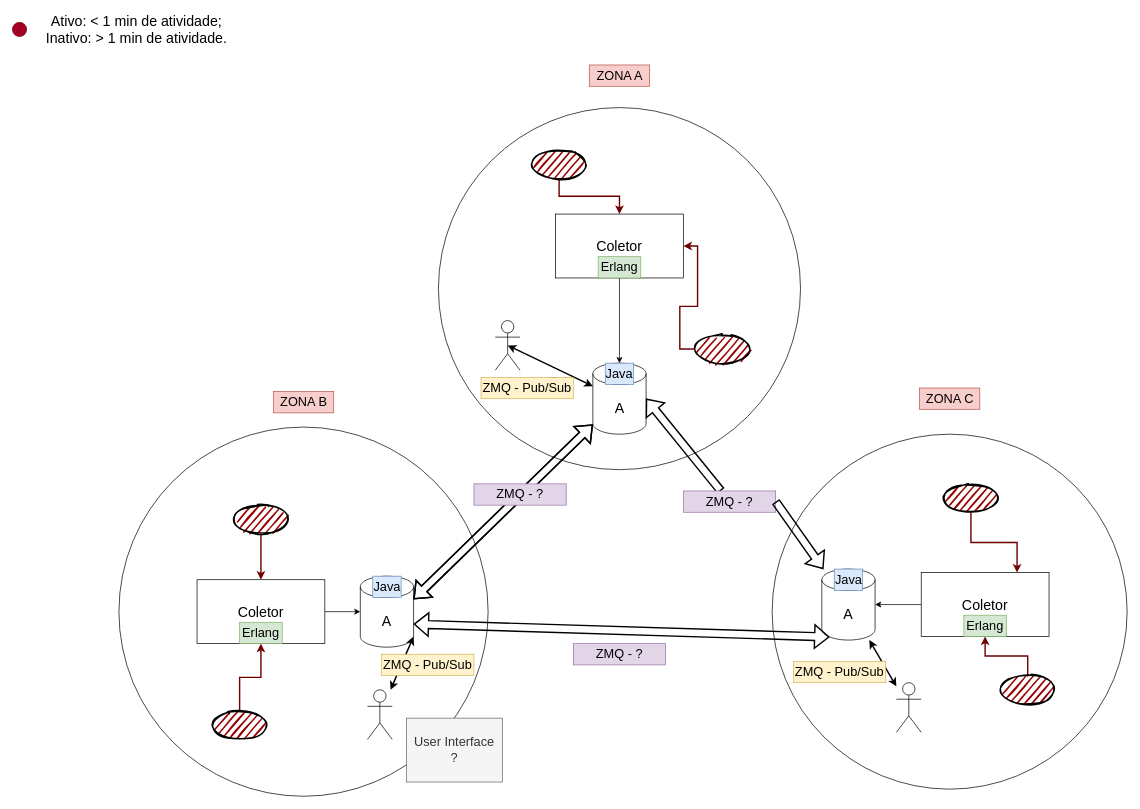
Earlier version of the draw.io diagram SDGE_PSD/Diagrama.drawio (Ivo-Down/MEI_SD). Source tidied: cells renumbered, new cells numbered last; positions are measured from the earlier drawing's top-left corner, leaving out a move shared by most shapes. Both pictures are drawn from the tidied source at 71%, with x=0, y=0 at pixel (12, 18).
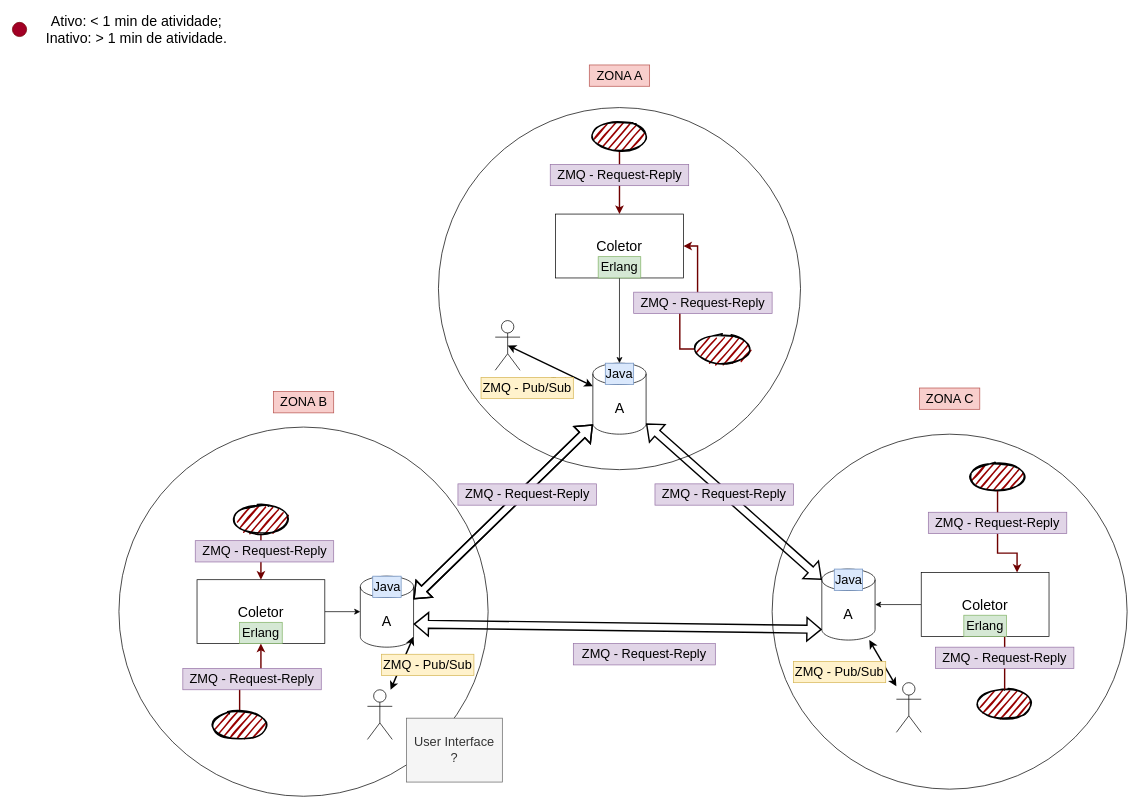
After the change.

Commit message:
Update Diagram ZMQ

The change refers to these unchanged cells:
```xml
<mxCell id="7" value="&lt;font style=&quot;font-size: 20px&quot;&gt;A&lt;/font&gt;" style="shape=cylinder3;whiteSpace=wrap;html=1;boundedLbl=1;backgroundOutline=1;size=15;" parent="1" vertex="1">
  <mxGeometry x="490" y="785" width="75" height="100" as="geometry" />
</mxCell>
<mxCell id="8" value="&lt;font style=&quot;font-size: 20px&quot;&gt;A&lt;/font&gt;" style="shape=cylinder3;whiteSpace=wrap;html=1;boundedLbl=1;backgroundOutline=1;size=15;" parent="1" vertex="1">
  <mxGeometry x="1140" y="775" width="75" height="100" as="geometry" />
</mxCell>
<mxCell id="9" value="&lt;font style=&quot;font-size: 20px&quot;&gt;A&lt;/font&gt;" style="shape=cylinder3;whiteSpace=wrap;html=1;boundedLbl=1;backgroundOutline=1;size=15;" parent="1" vertex="1">
  <mxGeometry x="817.5" y="485" width="75" height="100" as="geometry" />
</mxCell>
<mxCell id="11" value="&lt;font style=&quot;font-size: 20px&quot;&gt;Coletor&lt;/font&gt;" style="rounded=0;whiteSpace=wrap;html=1;" parent="1" vertex="1">
  <mxGeometry x="1280" y="780" width="180" height="90" as="geometry" />
</mxCell>
```

The edit, as a diff of the source:
```diff
@@
     <mxCell id="21" style="ellipse;whiteSpace=wrap;html=1;strokeWidth=2;fillWeight=2;hachureGap=8;fillColor=#990000;fillStyle=dots;sketch=1;fontSize=20;" parent="1" vertex="1">
-      <mxGeometry x="730" y="185" width="80" height="40" as="geometry" />
+      <mxGeometry x="815" y="145" width="80" height="40" as="geometry" />
     </mxCell>
-    <mxCell id="22" style="edgeStyle=orthogonalEdgeStyle;rounded=0;jettySize=auto;html=1;fontSize=20;fillColor=#a20025;strokeColor=#6F0000;strokeWidth=2;" parent="1" edge="1" source="23" target="11">
+    <mxCell id="22" style="edgeStyle=orthogonalEdgeStyle;rounded=0;jettySize=auto;html=1;fontSize=20;fillColor=#a20025;strokeColor=#6F0000;strokeWidth=2;startArrow=none;" parent="1" edge="1" source="61" target="11">
       <mxGeometry relative="1" as="geometry" />
     </mxCell>
     <mxCell id="23" style="ellipse;whiteSpace=wrap;html=1;strokeWidth=2;fillWeight=2;hachureGap=8;fillColor=#990000;fillStyle=dots;sketch=1;fontSize=20;" parent="1" vertex="1">
-      <mxGeometry x="1390" y="925" width="80" height="40" as="geometry" />
+      <mxGeometry x="1357.5" y="945" width="80" height="40" as="geometry" />
     </mxCell>
-    <mxCell id="24" style="edgeStyle=orthogonalEdgeStyle;rounded=0;jettySize=auto;html=1;entryX=0.75;entryY=0;entryDx=0;entryDy=0;fontSize=20;fillColor=#a20025;strokeColor=#6F0000;strokeWidth=2;" parent="1" edge="1" source="25" target="11">
+    <mxCell id="24" style="edgeStyle=orthogonalEdgeStyle;rounded=0;jettySize=auto;html=1;entryX=0.75;entryY=0;entryDx=0;entryDy=0;fontSize=20;fillColor=#a20025;strokeColor=#6F0000;strokeWidth=2;startArrow=none;" parent="1" edge="1" source="59" target="11">
       <mxGeometry relative="1" as="geometry" />
     </mxCell>
     <mxCell id="25" style="ellipse;whiteSpace=wrap;html=1;strokeWidth=2;fillWeight=2;hachureGap=8;fillColor=#990000;fillStyle=dots;sketch=1;fontSize=20;" parent="1" vertex="1">
-      <mxGeometry x="1310" y="655" width="80" height="40" as="geometry" />
+      <mxGeometry x="1347.5" y="625" width="80" height="40" as="geometry" />
     </mxCell>
@@
-    <mxCell id="34" style="shape=flexArrow;endArrow=classic;startArrow=none;html=1;rounded=0;fontSize=20;strokeWidth=2;entryX=1;entryY=0.5;entryDx=0;entryDy=0;entryPerimeter=0;" parent="1" edge="1" source="50" target="9">
-      <mxGeometry relative="1" as="geometry" />
-    </mxCell>
-    <mxCell id="35" style="shape=flexArrow;endArrow=classic;startArrow=classic;html=1;rounded=0;fontSize=20;strokeWidth=2;exitX=1;exitY=0;exitDx=0;exitDy=67.5;exitPerimeter=0;entryX=0.145;entryY=1;entryDx=0;entryDy=-4.35;entryPerimeter=0;" parent="1" edge="1" source="7" target="8">
+    <mxCell id="35" style="shape=flexArrow;endArrow=classic;startArrow=classic;html=1;rounded=0;fontSize=20;strokeWidth=2;exitX=1;exitY=0;exitDx=0;exitDy=67.5;exitPerimeter=0;entryX=0;entryY=1;entryDx=0;entryDy=-15;entryPerimeter=0;" parent="1" edge="1" source="7" target="8">
       <mxGeometry relative="1" as="geometry" />
     </mxCell>
@@
-    <mxCell id="48" value="ZMQ - ?" style="text;html=1;strokeColor=#9673a6;fillColor=#e1d5e7;align=center;verticalAlign=middle;whiteSpace=wrap;rounded=0;fontSize=18;" parent="1" vertex="1">
-      <mxGeometry x="790" y="880" width="130" height="30" as="geometry" />
+    <mxCell id="48" value="ZMQ - Request-Reply" style="text;html=1;strokeColor=#9673a6;fillColor=#e1d5e7;align=center;verticalAlign=middle;whiteSpace=wrap;rounded=0;fontSize=18;" parent="1" vertex="1">
+      <mxGeometry x="790" y="880" width="200" height="30" as="geometry" />
     </mxCell>
-    <mxCell id="49" value="ZMQ - ?" style="text;html=1;strokeColor=#9673a6;fillColor=#e1d5e7;align=center;verticalAlign=middle;whiteSpace=wrap;rounded=0;fontSize=18;" parent="1" vertex="1">
-      <mxGeometry x="650" y="655" width="130" height="30" as="geometry" />
+    <mxCell id="49" value="ZMQ - Request-Reply" style="text;html=1;strokeColor=#9673a6;fillColor=#e1d5e7;align=center;verticalAlign=middle;whiteSpace=wrap;rounded=0;fontSize=18;" parent="1" vertex="1">
+      <mxGeometry x="627.5" y="655" width="195" height="30" as="geometry" />
     </mxCell>
-    <mxCell id="50" value="ZMQ - ?" style="text;html=1;strokeColor=#9673a6;fillColor=#e1d5e7;align=center;verticalAlign=middle;whiteSpace=wrap;rounded=0;fontSize=18;" parent="1" vertex="1">
-      <mxGeometry x="945" y="665" width="130" height="30" as="geometry" />
-    </mxCell>
-    <mxCell id="51" style="shape=flexArrow;endArrow=none;startArrow=classic;html=1;rounded=0;fontSize=20;strokeWidth=2;entryX=1;entryY=0.5;entryDx=0;entryDy=0;entryPerimeter=0;" parent="1" edge="1" source="8" target="50">
-      <mxGeometry relative="1" as="geometry" />
-    </mxCell>
@@
+    <mxCell id="56" style="shape=flexArrow;endArrow=classic;startArrow=classic;html=1;rounded=0;entryX=1;entryY=1;entryDx=0;entryDy=-15;entryPerimeter=0;exitX=0;exitY=0;exitDx=0;exitDy=15;exitPerimeter=0;strokeWidth=2;" parent="1" edge="1" source="8" target="9">
+      <mxGeometry relative="1" as="geometry" />
+    </mxCell>
+    <mxCell id="50" value="ZMQ - Request-Reply" style="text;html=1;strokeColor=#9673a6;fillColor=#e1d5e7;align=center;verticalAlign=middle;whiteSpace=wrap;rounded=0;fontSize=18;" parent="1" vertex="1">
+      <mxGeometry x="905" y="655" width="195" height="30" as="geometry" />
+    </mxCell>
+    <mxCell id="57" value="ZMQ - Request-Reply" style="text;html=1;strokeColor=#9673a6;fillColor=#e1d5e7;align=center;verticalAlign=middle;whiteSpace=wrap;rounded=0;fontSize=18;" parent="1" vertex="1">
+      <mxGeometry x="757.5" y="205" width="195" height="30" as="geometry" />
+    </mxCell>
+    <mxCell id="58" value="ZMQ - Request-Reply" style="text;html=1;strokeColor=#9673a6;fillColor=#e1d5e7;align=center;verticalAlign=middle;whiteSpace=wrap;rounded=0;fontSize=18;" parent="1" vertex="1">
+      <mxGeometry x="875" y="385" width="195" height="30" as="geometry" />
+    </mxCell>
+    <mxCell id="59" value="ZMQ - Request-Reply" style="text;html=1;strokeColor=#9673a6;fillColor=#e1d5e7;align=center;verticalAlign=middle;whiteSpace=wrap;rounded=0;fontSize=18;" parent="1" vertex="1">
+      <mxGeometry x="1290" y="695" width="195" height="30" as="geometry" />
+    </mxCell>
+    <mxCell id="60" style="edgeStyle=orthogonalEdgeStyle;rounded=0;jettySize=auto;html=1;entryX=0.5;entryY=0;entryDx=0;entryDy=0;fontSize=20;fillColor=#a20025;strokeColor=#6F0000;strokeWidth=2;endArrow=none;" parent="1" edge="1" source="25" target="59">
+      <mxGeometry relative="1" as="geometry" />
+    </mxCell>
+    <mxCell id="61" value="ZMQ - Request-Reply" style="text;html=1;strokeColor=#9673a6;fillColor=#e1d5e7;align=center;verticalAlign=middle;whiteSpace=wrap;rounded=0;fontSize=18;" parent="1" vertex="1">
+      <mxGeometry x="1300" y="885" width="195" height="30" as="geometry" />
+    </mxCell>
+    <mxCell id="62" style="edgeStyle=orthogonalEdgeStyle;rounded=0;jettySize=auto;html=1;fontSize=20;fillColor=#a20025;strokeColor=#6F0000;strokeWidth=2;endArrow=none;" parent="1" edge="1" source="23" target="61">
+      <mxGeometry relative="1" as="geometry" />
+    </mxCell>
+    <mxCell id="63" value="ZMQ - Request-Reply" style="text;html=1;strokeColor=#9673a6;fillColor=#e1d5e7;align=center;verticalAlign=middle;whiteSpace=wrap;rounded=0;fontSize=18;" parent="1" vertex="1">
+      <mxGeometry x="257.5" y="735" width="195" height="30" as="geometry" />
+    </mxCell>
+    <mxCell id="64" value="ZMQ - Request-Reply" style="text;html=1;strokeColor=#9673a6;fillColor=#e1d5e7;align=center;verticalAlign=middle;whiteSpace=wrap;rounded=0;fontSize=18;" parent="1" vertex="1">
+      <mxGeometry x="240" y="915" width="195" height="30" as="geometry" />
+    </mxCell>
```
